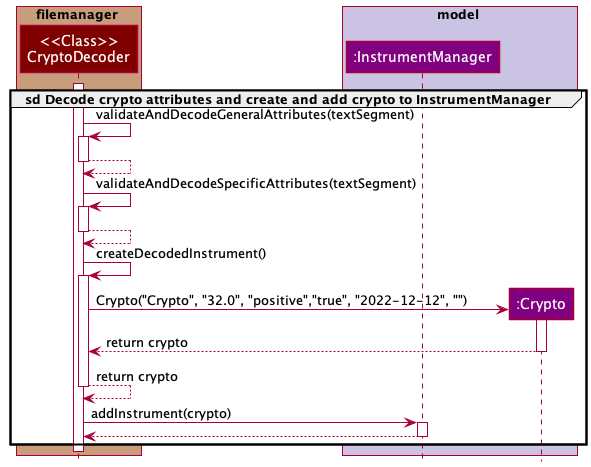
Earlier version of the PlantUML export docs/images/FileManagerRefDiagCryptoDecoder.png (williamlamjy/mTracker).
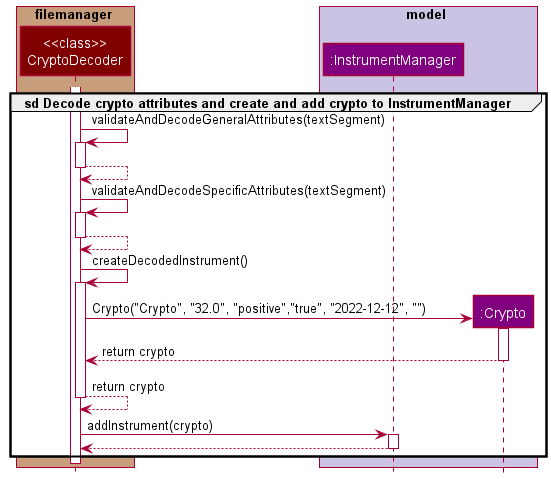
After the commit.

Change to the diagram source:
```diff
@@ -3,7 +3,7 @@
 
 group sd Decode crypto attributes and create and add crypto to InstrumentManager
 box filemanager COLOR_STORAGE_SEGMENT
-participant "<<Class>>\nCryptoDecoder" as CryptoDecoder COLOR_STORAGE
+participant "<<class>>\nCryptoDecoder" as CryptoDecoder COLOR_STORAGE
 end box
 
 box model COLOR_MODEL_SEGMENT
```
